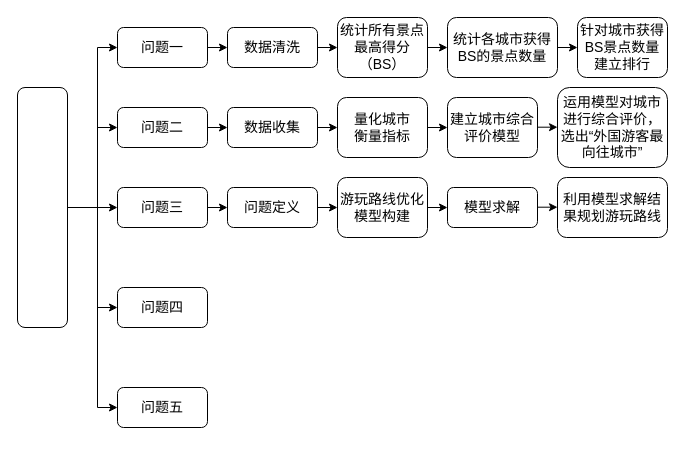
Earlier version of the draw.io diagram 未命名绘图.drawio (dp0qb/Repo4Drawio). Source tidied: cells renumbered, new cells numbered last; positions are measured from the earlier drawing's top-left corner, leaving out a move shared by most shapes. Both pictures are drawn from the tidied source at 100%, with x=0, y=0 at pixel (17, 17).
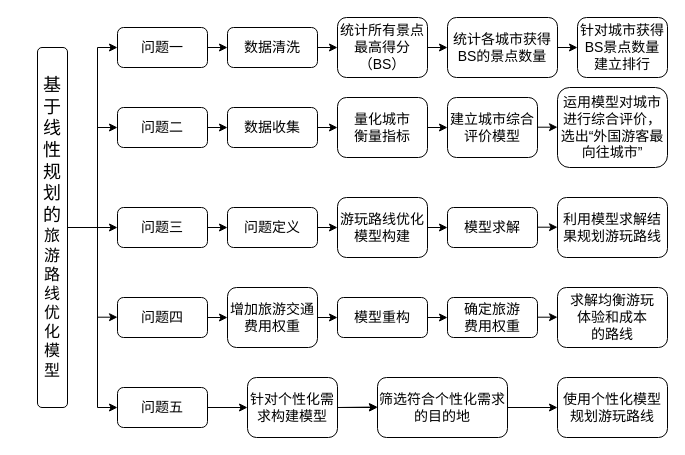
The same diagram, later.

Commit message:
更新未命名绘图.drawio

Diff of the diagram source:
```diff
@@
-    <mxCell id="2" style="rounded=1;whiteSpace=wrap;html=1;" parent="1" vertex="1">
-      <mxGeometry y="70" width="50" height="240" as="geometry" />
+    <mxCell id="2" value="&lt;font style=&quot;font-size: 18px;&quot;&gt;基于线性规划的&lt;/font&gt;&lt;span style=&quot;font-size: medium; background-color: initial;&quot;&gt;旅游路线优化模型&lt;/span&gt;" style="rounded=1;whiteSpace=wrap;html=1;" parent="1" vertex="1">
+      <mxGeometry x="20" y="30" width="30" height="360" as="geometry" />
     </mxCell>
@@
     <mxCell id="4" style="endArrow=none;html=1;rounded=0;exitX=1;exitY=0.5;exitDx=0;exitDy=0;" parent="1" edge="1" source="2">
       <mxGeometry relative="1" as="geometry">
-        <mxPoint x="80" y="190" as="targetPoint" />
+        <mxPoint x="80" y="210" as="targetPoint" />
       </mxGeometry>
     </mxCell>
@@
     <mxCell id="7" style="endArrow=classic;html=1;rounded=0;" parent="1" edge="1">
       <mxGeometry relative="1" as="geometry">
-        <mxPoint x="80" y="190" as="sourcePoint" />
-        <mxPoint x="100" y="190" as="targetPoint" />
+        <mxPoint x="80" y="210" as="sourcePoint" />
+        <mxPoint x="100" y="210" as="targetPoint" />
       </mxGeometry>
     </mxCell>
@@
     <mxCell id="9" style="endArrow=classic;html=1;rounded=0;" parent="1" edge="1">
       <mxGeometry relative="1" as="geometry">
-        <mxPoint x="80" y="290" as="sourcePoint" />
-        <mxPoint x="100" y="290" as="targetPoint" />
+        <mxPoint x="80" y="299.7" as="sourcePoint" />
+        <mxPoint x="100" y="299.7" as="targetPoint" />
       </mxGeometry>
     </mxCell>
@@
     <mxCell id="12" value="&lt;font style=&quot;font-size: 14px;&quot; face=&quot;宋体&quot;&gt;问题三&lt;/font&gt;" style="rounded=1;whiteSpace=wrap;html=1;" parent="1" vertex="1">
-      <mxGeometry x="100" y="170" width="90" height="40" as="geometry" />
+      <mxGeometry x="100" y="190" width="90" height="40" as="geometry" />
     </mxCell>
     <mxCell id="13" value="&lt;font style=&quot;font-size: 14px;&quot; face=&quot;宋体&quot;&gt;问题四&lt;/font&gt;" style="rounded=1;whiteSpace=wrap;html=1;" parent="1" vertex="1">
-      <mxGeometry x="100" y="270" width="90" height="40" as="geometry" />
+      <mxGeometry x="100" y="280" width="90" height="40" as="geometry" />
     </mxCell>
@@
     <mxCell id="31" style="endArrow=classic;html=1;rounded=0;" parent="1" edge="1">
       <mxGeometry relative="1" as="geometry">
-        <mxPoint x="190" y="190" as="sourcePoint" />
-        <mxPoint x="210" y="190" as="targetPoint" />
+        <mxPoint x="190" y="210" as="sourcePoint" />
+        <mxPoint x="210" y="210" as="targetPoint" />
       </mxGeometry>
     </mxCell>
     <mxCell id="32" value="&lt;font style=&quot;font-size: 14px;&quot; face=&quot;宋体&quot;&gt;问题定义&lt;/font&gt;" style="rounded=1;whiteSpace=wrap;html=1;" parent="1" vertex="1">
-      <mxGeometry x="210" y="170" width="90" height="40" as="geometry" />
+      <mxGeometry x="210" y="190" width="90" height="40" as="geometry" />
     </mxCell>
     <mxCell id="33" style="endArrow=classic;html=1;rounded=0;" parent="1" edge="1">
       <mxGeometry relative="1" as="geometry">
-        <mxPoint x="300" y="190" as="sourcePoint" />
-        <mxPoint x="320" y="190" as="targetPoint" />
+        <mxPoint x="300" y="210" as="sourcePoint" />
+        <mxPoint x="320" y="210" as="targetPoint" />
       </mxGeometry>
     </mxCell>
     <mxCell id="34" value="&lt;font face=&quot;宋体&quot;&gt;&lt;span style=&quot;font-size: 14px;&quot;&gt;游玩路线优化模型构建&lt;/span&gt;&lt;/font&gt;" style="rounded=1;whiteSpace=wrap;html=1;" parent="1" vertex="1">
-      <mxGeometry x="320" y="160" width="90" height="60" as="geometry" />
+      <mxGeometry x="320" y="180" width="90" height="60" as="geometry" />
     </mxCell>
     <mxCell id="35" style="endArrow=classic;html=1;rounded=0;" parent="1" edge="1">
       <mxGeometry relative="1" as="geometry">
-        <mxPoint x="410" y="190" as="sourcePoint" />
-        <mxPoint x="430" y="190" as="targetPoint" />
+        <mxPoint x="410" y="210" as="sourcePoint" />
+        <mxPoint x="430" y="210" as="targetPoint" />
       </mxGeometry>
     </mxCell>
     <mxCell id="36" value="&lt;font face=&quot;宋体&quot;&gt;&lt;span style=&quot;font-size: 14px;&quot;&gt;模型求解&lt;/span&gt;&lt;/font&gt;" style="rounded=1;whiteSpace=wrap;html=1;" parent="1" vertex="1">
-      <mxGeometry x="430" y="170" width="90" height="40" as="geometry" />
+      <mxGeometry x="430" y="190" width="90" height="40" as="geometry" />
     </mxCell>
     <mxCell id="37" style="endArrow=classic;html=1;rounded=0;" parent="1" edge="1">
       <mxGeometry relative="1" as="geometry">
-        <mxPoint x="520" y="189.7" as="sourcePoint" />
-        <mxPoint x="540" y="189.7" as="targetPoint" />
+        <mxPoint x="520" y="209.7" as="sourcePoint" />
+        <mxPoint x="540" y="209.7" as="targetPoint" />
       </mxGeometry>
     </mxCell>
     <mxCell id="38" value="&lt;font face=&quot;宋体&quot;&gt;&lt;span style=&quot;font-size: 14px;&quot;&gt;利用模型求解结果规划游玩路线&lt;/span&gt;&lt;/font&gt;" style="rounded=1;whiteSpace=wrap;html=1;" parent="1" vertex="1">
-      <mxGeometry x="540" y="160" width="110" height="60" as="geometry" />
+      <mxGeometry x="540" y="180" width="110" height="60" as="geometry" />
     </mxCell>
+    <mxCell id="39" style="endArrow=classic;html=1;rounded=0;" parent="1" edge="1">
+      <mxGeometry relative="1" as="geometry">
+        <mxPoint x="190" y="300" as="sourcePoint" />
+        <mxPoint x="210" y="300" as="targetPoint" />
+      </mxGeometry>
+    </mxCell>
+    <mxCell id="40" value="&lt;font style=&quot;font-size: 14px;&quot; face=&quot;宋体&quot;&gt;增加旅游交通费用&lt;/font&gt;&lt;span style=&quot;font-size: 14px; font-family: 宋体; background-color: initial;&quot;&gt;权重&lt;/span&gt;" style="rounded=1;whiteSpace=wrap;html=1;" parent="1" vertex="1">
+      <mxGeometry x="210" y="270" width="90" height="60" as="geometry" />
+    </mxCell>
+    <mxCell id="41" style="endArrow=classic;html=1;rounded=0;" parent="1" edge="1">
+      <mxGeometry relative="1" as="geometry">
+        <mxPoint x="300" y="300" as="sourcePoint" />
+        <mxPoint x="320" y="300" as="targetPoint" />
+      </mxGeometry>
+    </mxCell>
+    <mxCell id="42" value="&lt;font face=&quot;宋体&quot;&gt;&lt;span style=&quot;font-size: 14px;&quot;&gt;模型重构&lt;/span&gt;&lt;/font&gt;" style="rounded=1;whiteSpace=wrap;html=1;" parent="1" vertex="1">
+      <mxGeometry x="320" y="280" width="90" height="40" as="geometry" />
+    </mxCell>
+    <mxCell id="43" style="endArrow=classic;html=1;rounded=0;" parent="1" edge="1">
+      <mxGeometry relative="1" as="geometry">
+        <mxPoint x="410" y="300" as="sourcePoint" />
+        <mxPoint x="430" y="300" as="targetPoint" />
+      </mxGeometry>
+    </mxCell>
+    <mxCell id="44" value="&lt;font face=&quot;宋体&quot;&gt;&lt;span style=&quot;font-size: 14px;&quot;&gt;确定旅游&lt;/span&gt;&lt;/font&gt;&lt;div&gt;&lt;font face=&quot;宋体&quot;&gt;&lt;span style=&quot;font-size: 14px;&quot;&gt;费用权重&lt;/span&gt;&lt;/font&gt;&lt;/div&gt;" style="rounded=1;whiteSpace=wrap;html=1;" parent="1" vertex="1">
+      <mxGeometry x="430" y="280" width="90" height="40" as="geometry" />
+    </mxCell>
+    <mxCell id="45" style="endArrow=classic;html=1;rounded=0;" parent="1" edge="1">
+      <mxGeometry relative="1" as="geometry">
+        <mxPoint x="520" y="299.7" as="sourcePoint" />
+        <mxPoint x="540" y="299.7" as="targetPoint" />
+      </mxGeometry>
+    </mxCell>
+    <mxCell id="46" value="&lt;font face=&quot;宋体&quot;&gt;&lt;span style=&quot;font-size: 14px;&quot;&gt;求解均衡游玩&lt;/span&gt;&lt;/font&gt;&lt;div&gt;&lt;font face=&quot;宋体&quot;&gt;&lt;span style=&quot;font-size: 14px;&quot;&gt;体验和成本&lt;/span&gt;&lt;/font&gt;&lt;/div&gt;&lt;div&gt;&lt;font face=&quot;宋体&quot;&gt;&lt;span style=&quot;font-size: 14px;&quot;&gt;的路线&lt;/span&gt;&lt;/font&gt;&lt;/div&gt;" style="rounded=1;whiteSpace=wrap;html=1;" parent="1" vertex="1">
+      <mxGeometry x="540" y="270" width="110" height="60" as="geometry" />
+    </mxCell>
+    <mxCell id="47" style="endArrow=classic;html=1;rounded=0;entryX=0;entryY=0.5;entryDx=0;entryDy=0;" parent="1" edge="1" target="49">
+      <mxGeometry relative="1" as="geometry">
+        <mxPoint x="190" y="390" as="sourcePoint" />
+      </mxGeometry>
+    </mxCell>
+    <mxCell id="48" style="edgeStyle=orthogonalEdgeStyle;rounded=0;jettySize=auto;html=1;" parent="1" edge="1" source="49" target="51">
+      <mxGeometry relative="1" as="geometry" />
+    </mxCell>
+    <mxCell id="49" value="&lt;font face=&quot;宋体&quot;&gt;&lt;span style=&quot;font-size: 14px;&quot;&gt;针对个性化需求构建模型&lt;/span&gt;&lt;/font&gt;" style="rounded=1;whiteSpace=wrap;html=1;" parent="1" vertex="1">
+      <mxGeometry x="230" y="360" width="90" height="60" as="geometry" />
+    </mxCell>
+    <mxCell id="50" style="endArrow=classic;html=1;rounded=0;" parent="1" edge="1">
+      <mxGeometry relative="1" as="geometry">
+        <mxPoint x="320" y="390" as="sourcePoint" />
+        <mxPoint x="360" y="389.5" as="targetPoint" />
+      </mxGeometry>
+    </mxCell>
+    <mxCell id="51" value="&lt;font face=&quot;宋体&quot;&gt;&lt;span style=&quot;font-size: 14px;&quot;&gt;筛选符合个性化需求的&lt;/span&gt;&lt;/font&gt;&lt;span style=&quot;font-size: 14px; font-family: 宋体; background-color: initial;&quot;&gt;目的地&lt;/span&gt;" style="rounded=1;whiteSpace=wrap;html=1;" parent="1" vertex="1">
+      <mxGeometry x="360" y="360" width="130" height="60" as="geometry" />
+    </mxCell>
+    <mxCell id="52" style="endArrow=classic;html=1;rounded=0;" parent="1" edge="1">
+      <mxGeometry relative="1" as="geometry">
+        <mxPoint x="480" y="390" as="sourcePoint" />
+        <mxPoint x="480" y="390" as="targetPoint" />
+      </mxGeometry>
+    </mxCell>
+    <mxCell id="53" value="&lt;font face=&quot;宋体&quot;&gt;&lt;span style=&quot;font-size: 14px;&quot;&gt;使用个性化模型规划游玩路线&lt;/span&gt;&lt;/font&gt;" style="rounded=1;whiteSpace=wrap;html=1;" parent="1" vertex="1">
+      <mxGeometry x="540" y="360" width="110" height="60" as="geometry" />
+    </mxCell>
+    <mxCell id="54" style="endArrow=classic;html=1;rounded=0;exitX=1;exitY=0.5;exitDx=0;exitDy=0;entryX=0;entryY=0.5;entryDx=0;entryDy=0;" parent="1" edge="1" source="51" target="53">
+      <mxGeometry relative="1" as="geometry" />
+    </mxCell>
```
